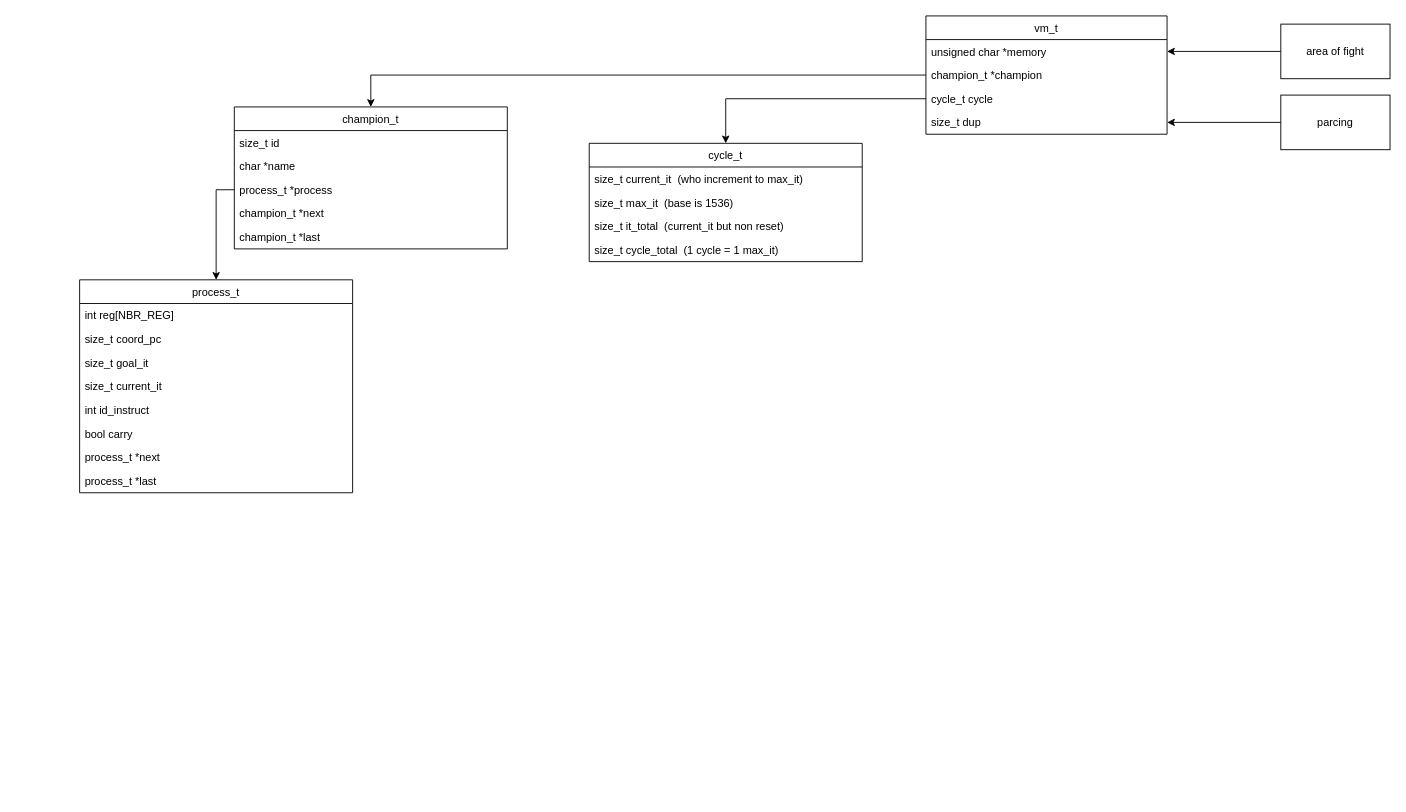
Before: corewar/archi/struct_tree.drawio in PierreMauger/Corewar, a draw.io diagram. Source tidied: cells renumbered, new cells numbered last; positions are measured from the earlier drawing's top-left corner, leaving out a move shared by most shapes. Both pictures are drawn from the tidied source at 91%, with x=0, y=0 at pixel (79, 15).
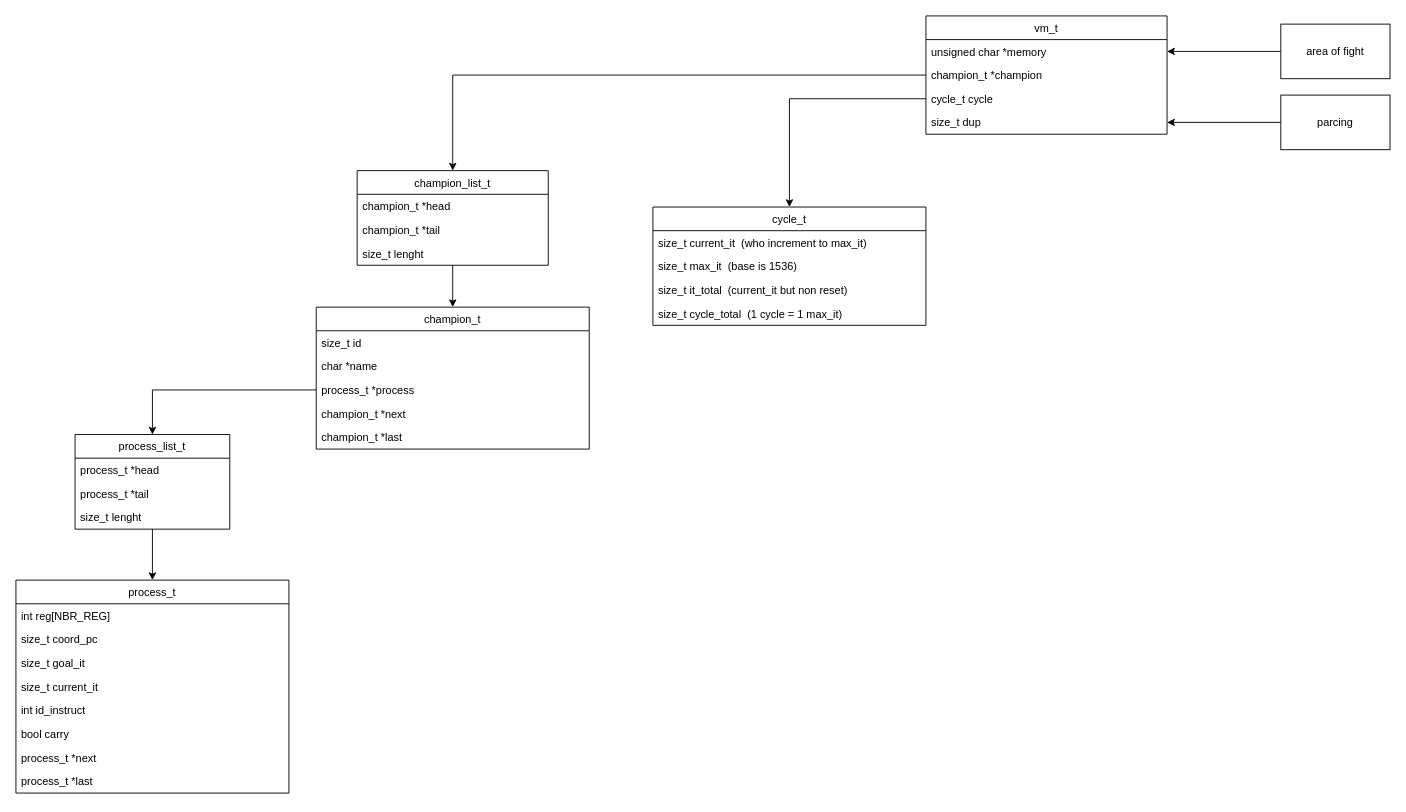
The same page after the edit.

The change refers to these unchanged cells:
```xml
<mxCell id="4" value="champion_t *champion&#10;" style="text;strokeColor=none;fillColor=none;align=left;verticalAlign=top;spacingLeft=4;spacingRight=4;overflow=hidden;points=[[0,0.5],[1,0.5]];portConstraint=eastwest;" parent="2" vertex="1">
  <mxGeometry y="52" width="265" height="26" as="geometry" />
</mxCell>
<mxCell id="20" value="process_t *process" style="text;strokeColor=none;fillColor=none;align=left;verticalAlign=top;spacingLeft=4;spacingRight=4;overflow=hidden;points=[[0,0.5],[1,0.5]];portConstraint=eastwest;" parent="17" vertex="1">
  <mxGeometry y="78" width="300" height="26" as="geometry" />
</mxCell>
```

Diff of the diagram source:
```diff
@@
     <mxCell id="11" value="cycle_t" style="swimlane;fontStyle=0;horizontal=1;startSize=26;fillColor=none;" parent="1" vertex="1">
-      <mxGeometry x="560" y="140" width="300" height="130" as="geometry" />
+      <mxGeometry x="630" y="210" width="300" height="130" as="geometry" />
     </mxCell>
@@
     <mxCell id="17" value="champion_t" style="swimlane;fontStyle=0;horizontal=1;startSize=26;fillColor=none;" parent="1" vertex="1">
-      <mxGeometry x="170" y="100" width="300" height="156" as="geometry" />
+      <mxGeometry x="260" y="320" width="300" height="156" as="geometry" />
     </mxCell>
@@
-    <mxCell id="23" style="edgeStyle=orthogonalEdgeStyle;rounded=0;jettySize=auto;html=1;entryX=0.5;entryY=0;entryDx=0;entryDy=0;" parent="1" edge="1" source="4" target="17">
-      <mxGeometry relative="1" as="geometry" />
-    </mxCell>
     <mxCell id="24" value="process_t" style="swimlane;fontStyle=0;horizontal=1;startSize=26;fillColor=none;" parent="1" vertex="1">
-      <mxGeometry y="290" width="300" height="234" as="geometry" />
+      <mxGeometry x="-70" y="620" width="300" height="234" as="geometry" />
     </mxCell>
@@
-    <mxCell id="33" style="edgeStyle=orthogonalEdgeStyle;rounded=0;jettySize=auto;html=1;entryX=0.5;entryY=0;entryDx=0;entryDy=0;" parent="1" edge="1" source="20" target="24">
-      <mxGeometry relative="1" as="geometry" />
-    </mxCell>
+    <mxCell id="34" style="edgeStyle=orthogonalEdgeStyle;rounded=0;jettySize=auto;html=1;entryX=0.5;entryY=0;entryDx=0;entryDy=0;" parent="1" edge="1" source="35" target="24">
+      <mxGeometry relative="1" as="geometry" />
+    </mxCell>
+    <mxCell id="35" value="process_list_t" style="swimlane;fontStyle=0;horizontal=1;startSize=26;fillColor=none;" parent="1" vertex="1">
+      <mxGeometry x="-5" y="460" width="170" height="104" as="geometry" />
+    </mxCell>
+    <mxCell id="36" value="process_t *head" style="text;strokeColor=none;fillColor=none;align=left;verticalAlign=top;spacingLeft=4;spacingRight=4;overflow=hidden;" parent="35" vertex="1">
+      <mxGeometry y="26" width="170" height="26" as="geometry" />
+    </mxCell>
+    <mxCell id="37" value="process_t *tail" style="text;strokeColor=none;fillColor=none;align=left;verticalAlign=top;spacingLeft=4;spacingRight=4;overflow=hidden;" parent="35" vertex="1">
+      <mxGeometry y="52" width="170" height="26" as="geometry" />
+    </mxCell>
+    <mxCell id="38" value="size_t lenght" style="text;strokeColor=none;fillColor=none;align=left;verticalAlign=top;spacingLeft=4;spacingRight=4;overflow=hidden;" parent="35" vertex="1">
+      <mxGeometry y="78" width="170" height="26" as="geometry" />
+    </mxCell>
+    <mxCell id="39" style="edgeStyle=orthogonalEdgeStyle;rounded=0;jettySize=auto;html=1;entryX=0.5;entryY=0;entryDx=0;entryDy=0;" parent="1" edge="1" source="20" target="35">
+      <mxGeometry relative="1" as="geometry" />
+    </mxCell>
+    <mxCell id="40" style="edgeStyle=orthogonalEdgeStyle;rounded=0;jettySize=auto;html=1;entryX=0.5;entryY=0;entryDx=0;entryDy=0;" parent="1" edge="1" source="41" target="17">
+      <mxGeometry relative="1" as="geometry" />
+    </mxCell>
+    <mxCell id="41" value="champion_list_t" style="swimlane;fontStyle=0;horizontal=1;startSize=26;fillColor=none;" parent="1" vertex="1">
+      <mxGeometry x="305" y="170" width="210" height="104" as="geometry" />
+    </mxCell>
+    <mxCell id="42" value="champion_t *head" style="text;strokeColor=none;fillColor=none;align=left;verticalAlign=top;spacingLeft=4;spacingRight=4;overflow=hidden;" parent="41" vertex="1">
+      <mxGeometry y="26" width="210" height="26" as="geometry" />
+    </mxCell>
+    <mxCell id="43" value="champion_t *tail" style="text;strokeColor=none;fillColor=none;align=left;verticalAlign=top;spacingLeft=4;spacingRight=4;overflow=hidden;" parent="41" vertex="1">
+      <mxGeometry y="52" width="210" height="26" as="geometry" />
+    </mxCell>
+    <mxCell id="44" value="size_t lenght" style="text;strokeColor=none;fillColor=none;align=left;verticalAlign=top;spacingLeft=4;spacingRight=4;overflow=hidden;" parent="41" vertex="1">
+      <mxGeometry y="78" width="210" height="26" as="geometry" />
+    </mxCell>
+    <mxCell id="45" style="edgeStyle=orthogonalEdgeStyle;rounded=0;jettySize=auto;html=1;entryX=0.5;entryY=0;entryDx=0;entryDy=0;" parent="1" edge="1" source="4" target="41">
+      <mxGeometry relative="1" as="geometry" />
+    </mxCell>
```
